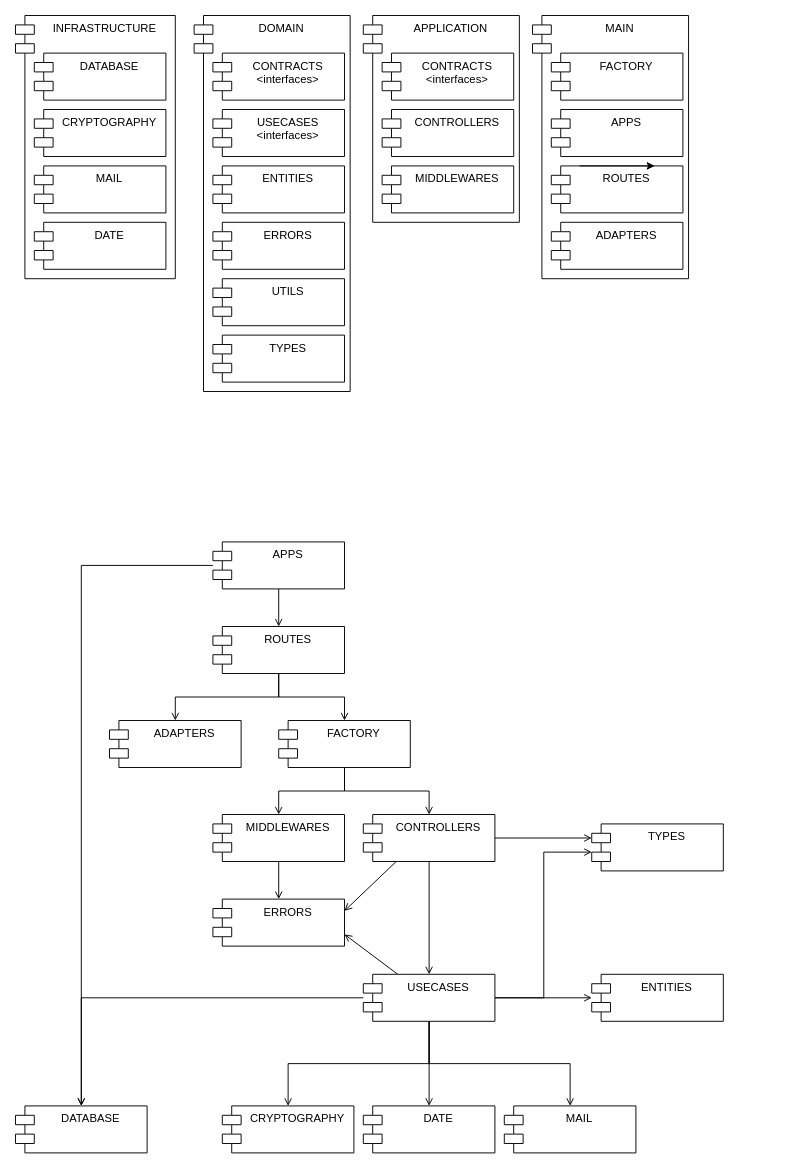
This is page "Diagrama de componentes" (1 of 2) of documentation/Components/diagramas-de-components.drawio from MateusNGF/comandas, a draw.io file, before an edit. Source tidied: cells renumbered, new cells numbered last; positions are measured from the earlier drawing's top-left corner, leaving out a move shared by most shapes. Both pictures are drawn from the tidied source at 94%, with x=0, y=0 at pixel (15, 15).
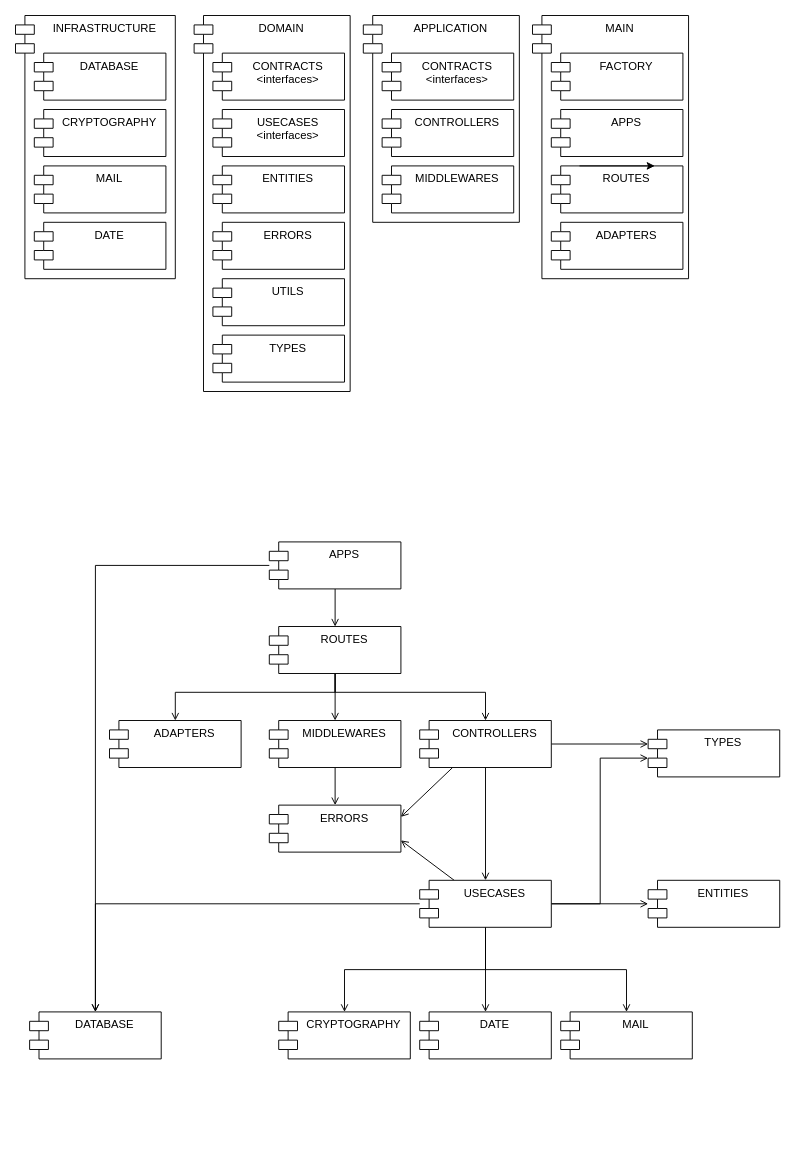
The same page after the edit.

Commit message (it also covers changes not shown here):
designe(*): fix new diagrams

Unchanged cells that the change refers to:
```xml
<mxCell id="31" value="ADAPTERS" style="shape=module;align=left;spacingLeft=20;align=center;verticalAlign=top;" parent="1" vertex="1">
  <mxGeometry x="100" y="750" width="140" height="50" as="geometry" />
</mxCell>
```

Change to the diagram source:
```diff
@@
     <mxCell id="24" value="DATABASE" style="shape=module;align=left;spacingLeft=20;align=center;verticalAlign=top;" parent="1" vertex="1">
-      <mxGeometry y="1160" width="140" height="50" as="geometry" />
+      <mxGeometry x="15" y="1060" width="140" height="50" as="geometry" />
     </mxCell>
@@
     <mxCell id="27" value="APPS" style="shape=module;align=left;spacingLeft=20;align=center;verticalAlign=top;" parent="1" vertex="1">
-      <mxGeometry x="210" y="560" width="140" height="50" as="geometry" />
+      <mxGeometry x="270" y="560" width="140" height="50" as="geometry" />
     </mxCell>
+    <mxCell id="55" style="edgeStyle=orthogonalEdgeStyle;rounded=0;jettySize=auto;html=1;endArrow=open;endFill=0;" parent="1" edge="1" source="30" target="37">
+      <mxGeometry relative="1" as="geometry" />
+    </mxCell>
-    <mxCell id="28" style="edgeStyle=orthogonalEdgeStyle;rounded=0;jettySize=auto;html=1;endArrow=open;endFill=0;exitX=0.5;exitY=1;exitDx=0;exitDy=0;" parent="1" edge="1" source="30" target="31">
-      <mxGeometry relative="1" as="geometry" />
+    <mxCell id="28" style="edgeStyle=orthogonalEdgeStyle;rounded=0;jettySize=auto;html=1;endArrow=open;endFill=0;" parent="1" edge="1" source="30" target="31">
+      <mxGeometry relative="1" as="geometry">
+        <Array as="points">
+          <mxPoint x="340" y="720" />
+          <mxPoint x="170" y="720" />
+        </Array>
+      </mxGeometry>
     </mxCell>
-    <mxCell id="29" style="edgeStyle=orthogonalEdgeStyle;rounded=0;jettySize=auto;html=1;endArrow=open;endFill=0;" parent="1" edge="1" source="30" target="52">
-      <mxGeometry relative="1" as="geometry" />
-    </mxCell>
+    <mxCell id="56" style="edgeStyle=orthogonalEdgeStyle;rounded=0;jettySize=auto;html=1;endArrow=open;endFill=0;" parent="1" edge="1" source="30" target="35">
+      <mxGeometry relative="1" as="geometry">
+        <Array as="points">
+          <mxPoint x="340" y="720" />
+          <mxPoint x="500" y="720" />
+        </Array>
+      </mxGeometry>
+    </mxCell>
     <mxCell id="30" value="ROUTES" style="shape=module;align=left;spacingLeft=20;align=center;verticalAlign=top;" parent="1" vertex="1">
-      <mxGeometry x="210" y="650" width="140" height="50" as="geometry" />
+      <mxGeometry x="270" y="650" width="140" height="50" as="geometry" />
     </mxCell>
@@
     <mxCell id="35" value="CONTROLLERS" style="shape=module;align=left;spacingLeft=20;align=center;verticalAlign=top;" parent="1" vertex="1">
-      <mxGeometry x="370" y="850" width="140" height="50" as="geometry" />
+      <mxGeometry x="430" y="750" width="140" height="50" as="geometry" />
     </mxCell>
@@
     <mxCell id="37" value="MIDDLEWARES" style="shape=module;align=left;spacingLeft=20;align=center;verticalAlign=top;" parent="1" vertex="1">
-      <mxGeometry x="210" y="850" width="140" height="50" as="geometry" />
+      <mxGeometry x="270" y="750" width="140" height="50" as="geometry" />
     </mxCell>
@@
     <mxCell id="44" style="edgeStyle=orthogonalEdgeStyle;rounded=0;jettySize=auto;html=1;endArrow=open;endFill=0;" parent="1" edge="1" source="45" target="54">
       <mxGeometry relative="1" as="geometry">
         <Array as="points">
-          <mxPoint x="562" y="1045" />
-          <mxPoint x="562" y="890" />
+          <mxPoint x="622" y="945" />
+          <mxPoint x="622" y="790" />
         </Array>
       </mxGeometry>
     </mxCell>
     <mxCell id="45" value="USECASES" style="shape=module;align=left;spacingLeft=20;align=center;verticalAlign=top;" parent="1" vertex="1">
-      <mxGeometry x="370" y="1020" width="140" height="50" as="geometry" />
+      <mxGeometry x="430" y="920" width="140" height="50" as="geometry" />
     </mxCell>
     <mxCell id="46" value="CRYPTOGRAPHY" style="shape=module;align=left;spacingLeft=20;align=center;verticalAlign=top;" parent="1" vertex="1">
-      <mxGeometry x="220" y="1160" width="140" height="50" as="geometry" />
+      <mxGeometry x="280" y="1060" width="140" height="50" as="geometry" />
     </mxCell>
     <mxCell id="47" value="ENTITIES" style="shape=module;align=left;spacingLeft=20;align=center;verticalAlign=top;" parent="1" vertex="1">
-      <mxGeometry x="613" y="1020" width="140" height="50" as="geometry" />
+      <mxGeometry x="673" y="920" width="140" height="50" as="geometry" />
     </mxCell>
     <mxCell id="48" value="MAIL" style="shape=module;align=left;spacingLeft=20;align=center;verticalAlign=top;" parent="1" vertex="1">
-      <mxGeometry x="520" y="1160" width="140" height="50" as="geometry" />
+      <mxGeometry x="580" y="1060" width="140" height="50" as="geometry" />
     </mxCell>
     <mxCell id="49" value="DATE" style="shape=module;align=left;spacingLeft=20;align=center;verticalAlign=top;" parent="1" vertex="1">
-      <mxGeometry x="370" y="1160" width="140" height="50" as="geometry" />
+      <mxGeometry x="430" y="1060" width="140" height="50" as="geometry" />
     </mxCell>
-    <mxCell id="50" style="edgeStyle=orthogonalEdgeStyle;rounded=0;jettySize=auto;html=1;endArrow=open;endFill=0;" parent="1" edge="1" source="52" target="37">
-      <mxGeometry relative="1" as="geometry" />
-    </mxCell>
-    <mxCell id="51" style="edgeStyle=orthogonalEdgeStyle;rounded=0;jettySize=auto;html=1;endArrow=open;endFill=0;" parent="1" edge="1" source="52" target="35">
-      <mxGeometry relative="1" as="geometry" />
-    </mxCell>
-    <mxCell id="52" value="FACTORY" style="shape=module;align=left;spacingLeft=20;align=center;verticalAlign=top;" parent="1" vertex="1">
-      <mxGeometry x="280" y="750" width="140" height="50" as="geometry" />
-    </mxCell>
     <mxCell id="53" value="ERRORS" style="shape=module;align=left;spacingLeft=20;align=center;verticalAlign=top;" parent="1" vertex="1">
-      <mxGeometry x="210" y="940" width="140" height="50" as="geometry" />
+      <mxGeometry x="270" y="840" width="140" height="50" as="geometry" />
     </mxCell>
     <mxCell id="54" value="TYPES" style="shape=module;align=left;spacingLeft=20;align=center;verticalAlign=top;" parent="1" vertex="1">
-      <mxGeometry x="613" y="860" width="140" height="50" as="geometry" />
+      <mxGeometry x="673" y="760" width="140" height="50" as="geometry" />
     </mxCell>
```
